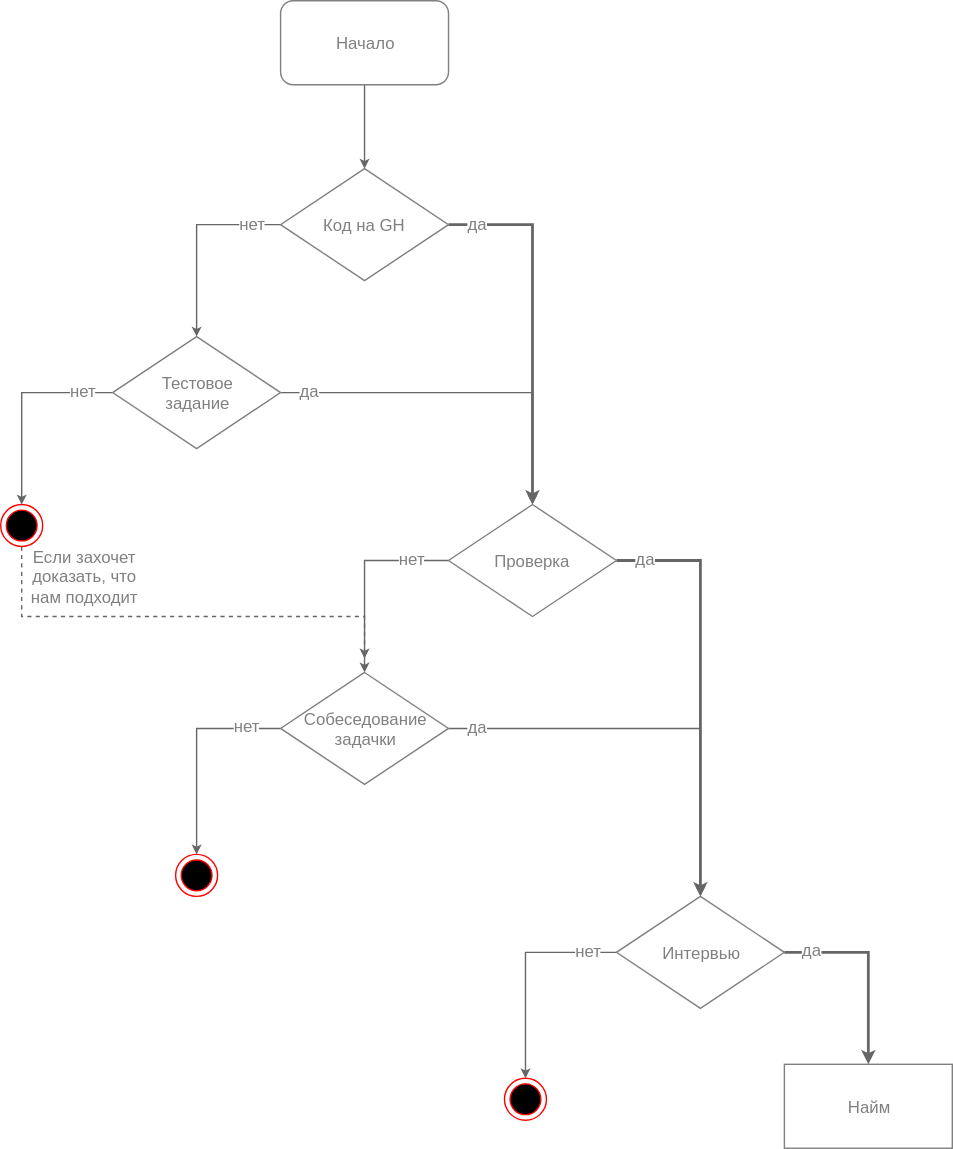
Above: hiring.svg in ajile/draw-io (draw.io), before the change. Source tidied: cells renumbered, new cells last; positions are measured from the earlier drawing's top-left corner, leaving out a move shared by most shapes.
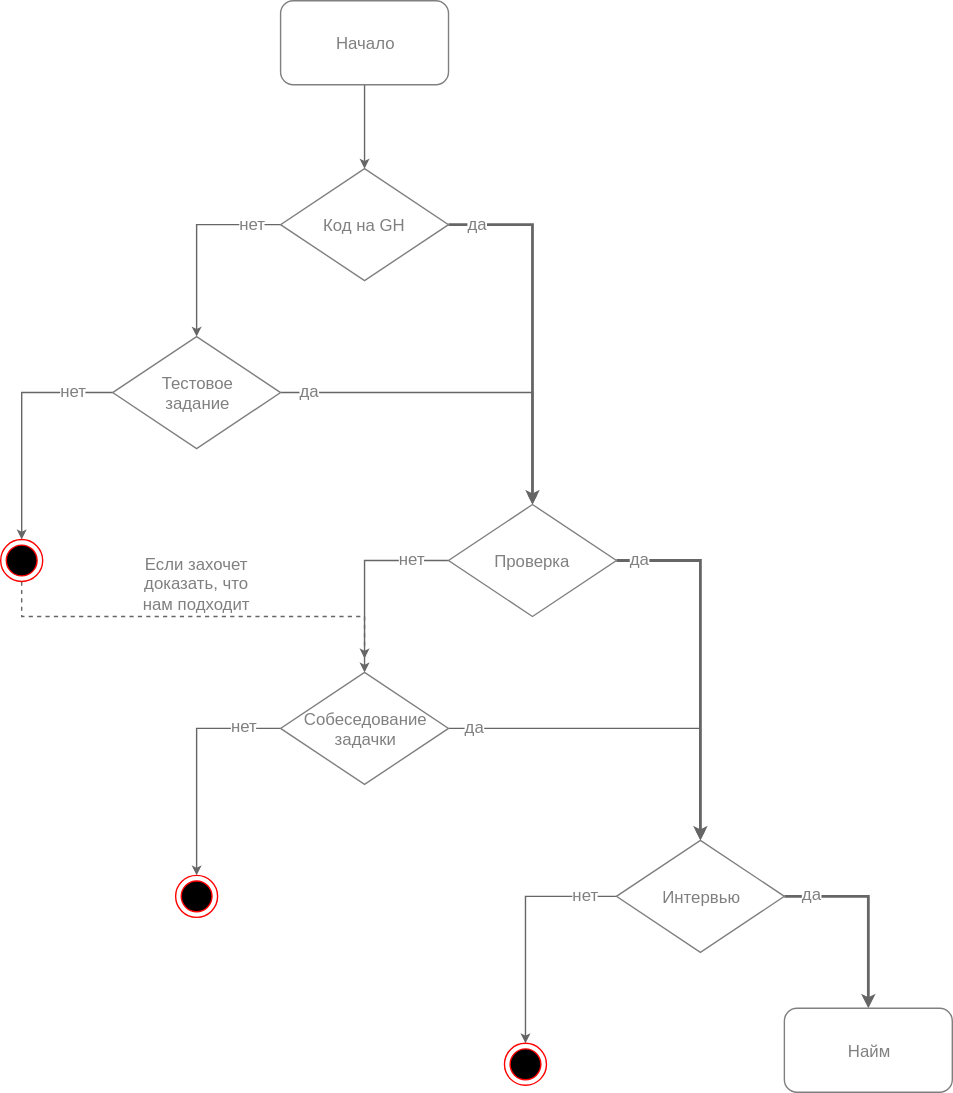
Above is the later version.

Change to the diagram source:
```diff
@@ -117,16 +117,13 @@
       </mxGeometry>
     </mxCell>
     <mxCell id="28" value="&lt;div style=&quot;text-align: center&quot;&gt;&lt;span&gt;Интервью&lt;/span&gt;&lt;/div&gt;" style="rhombus;whiteSpace=wrap;html=1;strokeColor=#808080;fontSize=12;fontColor=#808080;align=center;" parent="1" vertex="1">
-      <mxGeometry x="440" y="640" width="120" height="80" as="geometry" />
+      <mxGeometry x="440" y="600" width="120" height="80" as="geometry" />
     </mxCell>
-    <mxCell id="29" value="Найм" style="rounded=0;whiteSpace=wrap;html=1;strokeColor=#808080;fontSize=12;fontColor=#808080;align=center;" parent="1" vertex="1">
-      <mxGeometry x="560" y="760" width="120" height="60" as="geometry" />
-    </mxCell>
     <mxCell id="30" style="ellipse;html=1;shape=endState;fillColor=#000000;strokeColor=#ff0000;fontSize=12;fontColor=#808080;align=center;" parent="1" vertex="1">
-      <mxGeometry x="360" y="770" width="30" height="30" as="geometry" />
+      <mxGeometry x="360" y="745" width="30" height="30" as="geometry" />
     </mxCell>
     <mxCell id="31" style="ellipse;html=1;shape=endState;fillColor=#000000;strokeColor=#ff0000;fontSize=12;fontColor=#808080;align=center;" parent="1" vertex="1">
-      <mxGeometry x="125" y="610" width="30" height="30" as="geometry" />
+      <mxGeometry x="125" y="625" width="30" height="30" as="geometry" />
     </mxCell>
     <mxCell id="32" style="edgeStyle=orthogonalEdgeStyle;rounded=0;html=1;startSize=4;endArrow=classic;endFill=1;endSize=4;jettySize=auto;strokeColor=#666666;strokeWidth=1;fontSize=12;fontColor=#808080;dashed=1;" parent="1" edge="1" source="34">
       <mxGeometry relative="1" as="geometry">
@@ -139,11 +136,14 @@
     </mxCell>
     <mxCell id="33" value="Если захочет&lt;br&gt;доказать, что&lt;br&gt;нам подходит" style="text;html=1;align=center;verticalAlign=middle;labelBackgroundColor=#ffffff;fontSize=12;fontColor=#808080;" parent="32" vertex="1">
       <mxGeometry x="-0.08" y="1" relative="1" as="geometry">
-        <mxPoint x="-55" y="-29" as="offset" />
+        <mxPoint x="12" y="-24" as="offset" />
       </mxGeometry>
     </mxCell>
     <mxCell id="34" style="ellipse;html=1;shape=endState;fillColor=#000000;strokeColor=#ff0000;fontSize=12;fontColor=#808080;align=center;" parent="1" vertex="1">
-      <mxGeometry y="360" width="30" height="30" as="geometry" />
+      <mxGeometry y="385" width="30" height="30" as="geometry" />
     </mxCell>
+    <mxCell id="29" value="Найм" style="rounded=1;whiteSpace=wrap;html=1;strokeColor=#808080;fontSize=12;fontColor=#808080;align=center;" parent="1" vertex="1">
+      <mxGeometry x="560" y="720" width="120" height="60" as="geometry" />
+    </mxCell>
   </root>
 </mxGraphModel>
```
